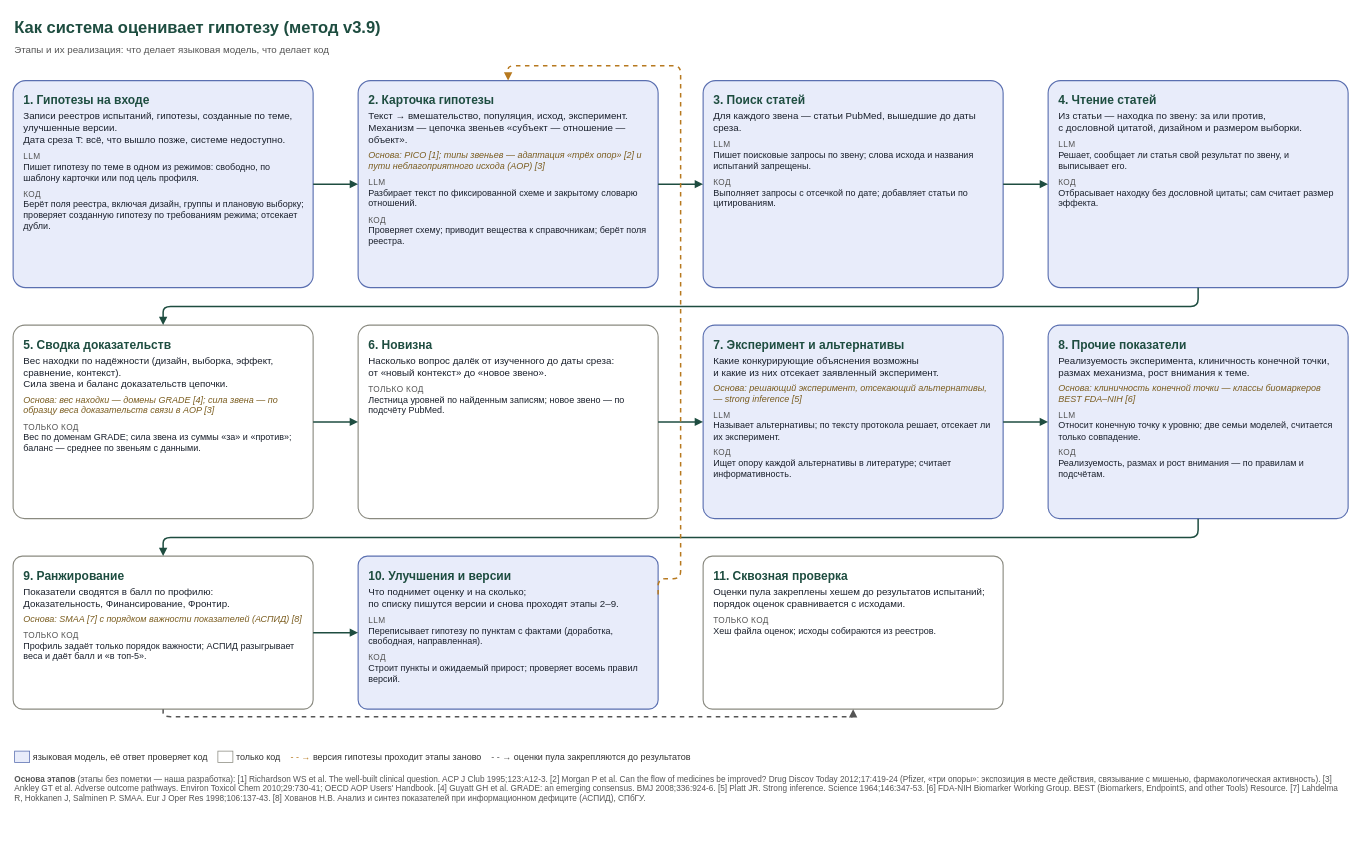
danrd/hyp-arena keeps this draw.io diagram as docs/system/flow_impl.drawio. Above is the earlier version. Source tidied: cells renumbered, new cells numbered last; positions are measured from the earlier drawing's top-left corner, leaving out a move shared by most shapes. Both pictures are drawn from the tidied source at 75%, with x=0, y=0 at pixel (13, 13).
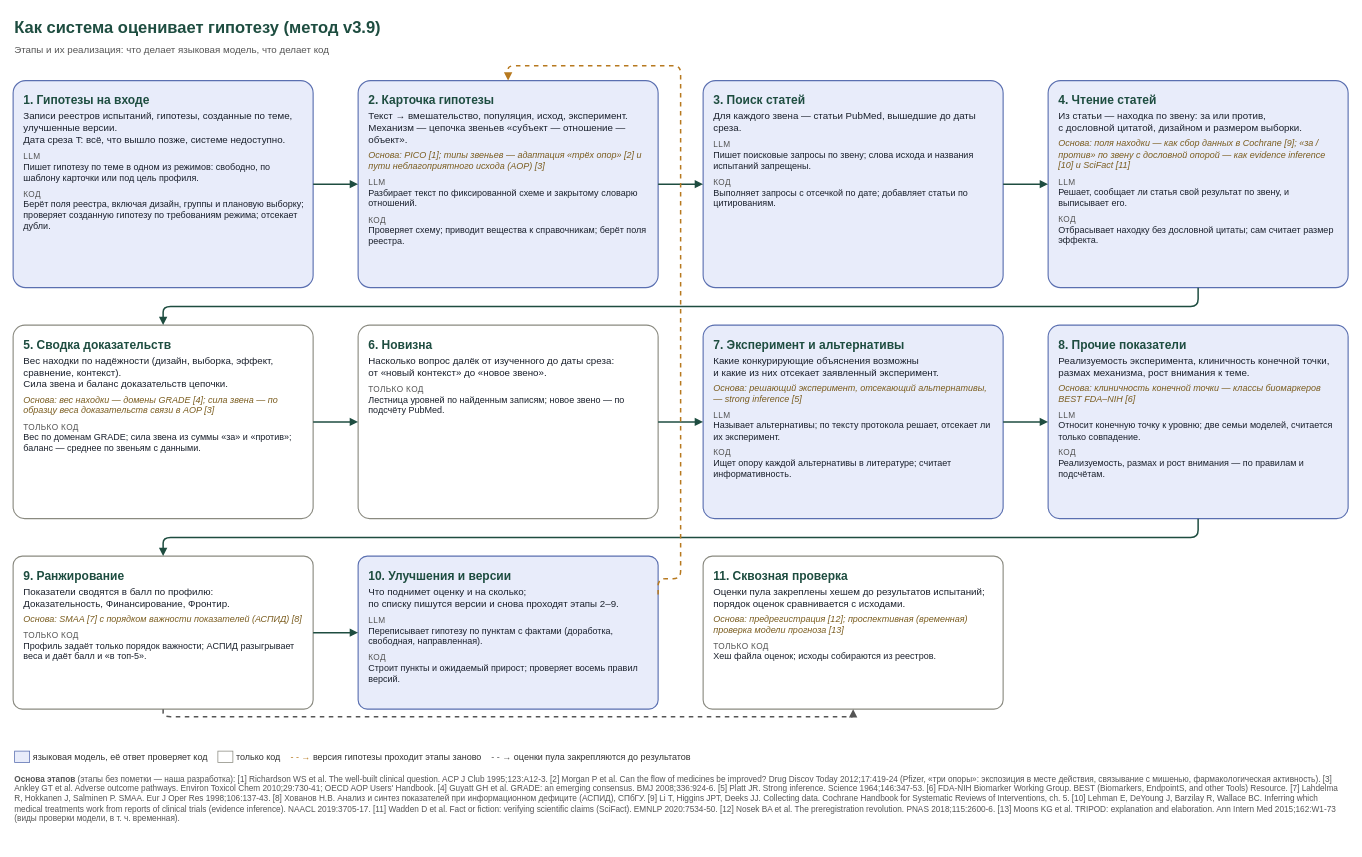
Above is the later version.

Commit message (it also covers changes not shown here):
Flow scheme: basis for reading (Cochrane data collection, evidence inference, SciFact) and the end-to-end check (preregistration, temporal validation per TRIPOD), references checked

Change to the diagram source:
```diff
@@
-    <mxCell id="6" value="&lt;div style='font-size:16px;color:#1E4D40'&gt;&lt;b&gt;4. Чтение статей&lt;/b&gt;&lt;/div&gt;&lt;div style='margin-top:4px'&gt;Из статьи — находка по звену: за или против,&lt;br/&gt;с дословной цитатой, дизайном и размером выборки.&lt;/div&gt;&lt;div style='margin-top:8px;font-size:11px;color:#555;text-transform:uppercase;letter-spacing:0.5px'&gt;LLM&lt;/div&gt;&lt;div style='font-size:12px'&gt;&lt;div&gt;Решает, сообщает ли статья свой результат по звену, и выписывает его.&lt;/div&gt;&lt;/div&gt;&lt;div style='margin-top:8px;font-size:11px;color:#555;text-transform:uppercase;letter-spacing:0.5px'&gt;Код&lt;/div&gt;&lt;div style='font-size:12px'&gt;&lt;div&gt;Отбрасывает находку без дословной цитаты; сам считает размер эффекта.&lt;/div&gt;&lt;/div&gt;" style="rounded=1;arcSize=6;whiteSpace=wrap;html=1;fillColor=#E8ECFA;strokeColor=#5A6FB0;strokeWidth=1.5;fontSize=13;fontColor=#1A202C;align=left;verticalAlign=top;spacingLeft=12;spacingRight=10;spacingTop=10;" parent="1" vertex="1">
+    <mxCell id="6" value="&lt;div style='font-size:16px;color:#1E4D40'&gt;&lt;b&gt;4. Чтение статей&lt;/b&gt;&lt;/div&gt;&lt;div style='margin-top:4px'&gt;Из статьи — находка по звену: за или против,&lt;br/&gt;с дословной цитатой, дизайном и размером выборки.&lt;/div&gt;&lt;div style='margin-top:6px;font-size:12px;color:#7A5C1E'&gt;&lt;i&gt;Основа: поля находки — как сбор данных в Cochrane [9]; «за / против» по звену с дословной опорой — как evidence inference [10] и SciFact [11]&lt;/i&gt;&lt;/div&gt;&lt;div style='margin-top:8px;font-size:11px;color:#555;text-transform:uppercase;letter-spacing:0.5px'&gt;LLM&lt;/div&gt;&lt;div style='font-size:12px'&gt;&lt;div&gt;Решает, сообщает ли статья свой результат по звену, и выписывает его.&lt;/div&gt;&lt;/div&gt;&lt;div style='margin-top:8px;font-size:11px;color:#555;text-transform:uppercase;letter-spacing:0.5px'&gt;Код&lt;/div&gt;&lt;div style='font-size:12px'&gt;&lt;div&gt;Отбрасывает находку без дословной цитаты; сам считает размер эффекта.&lt;/div&gt;&lt;/div&gt;" style="rounded=1;arcSize=6;whiteSpace=wrap;html=1;fillColor=#E8ECFA;strokeColor=#5A6FB0;strokeWidth=1.5;fontSize=13;fontColor=#1A202C;align=left;verticalAlign=top;spacingLeft=12;spacingRight=10;spacingTop=10;" parent="1" vertex="1">
       <mxGeometry x="1380" y="90" width="400" height="276" as="geometry" />
     </mxCell>
@@
-    <mxCell id="13" value="&lt;div style='font-size:16px;color:#1E4D40'&gt;&lt;b&gt;11. Сквозная проверка&lt;/b&gt;&lt;/div&gt;&lt;div style='margin-top:4px'&gt;Оценки пула закреплены хешем до результатов испытаний;&lt;br/&gt;порядок оценок сравнивается с исходами.&lt;/div&gt;&lt;div style='margin-top:8px;font-size:11px;color:#555;text-transform:uppercase;letter-spacing:0.5px'&gt;Только код&lt;/div&gt;&lt;div style='font-size:12px'&gt;&lt;div&gt;Хеш файла оценок; исходы собираются из реестров.&lt;/div&gt;&lt;/div&gt;" style="rounded=1;arcSize=6;whiteSpace=wrap;html=1;fillColor=#FFFFFF;strokeColor=#8A8A80;strokeWidth=1.5;fontSize=13;fontColor=#1A202C;align=left;verticalAlign=top;spacingLeft=12;spacingRight=10;spacingTop=10;" parent="1" vertex="1">
+    <mxCell id="13" value="&lt;div style='font-size:16px;color:#1E4D40'&gt;&lt;b&gt;11. Сквозная проверка&lt;/b&gt;&lt;/div&gt;&lt;div style='margin-top:4px'&gt;Оценки пула закреплены хешем до результатов испытаний;&lt;br/&gt;порядок оценок сравнивается с исходами.&lt;/div&gt;&lt;div style='margin-top:6px;font-size:12px;color:#7A5C1E'&gt;&lt;i&gt;Основа: предрегистрация [12]; проспективная (временная) проверка модели прогноза [13]&lt;/i&gt;&lt;/div&gt;&lt;div style='margin-top:8px;font-size:11px;color:#555;text-transform:uppercase;letter-spacing:0.5px'&gt;Только код&lt;/div&gt;&lt;div style='font-size:12px'&gt;&lt;div&gt;Хеш файла оценок; исходы собираются из реестров.&lt;/div&gt;&lt;/div&gt;" style="rounded=1;arcSize=6;whiteSpace=wrap;html=1;fillColor=#FFFFFF;strokeColor=#8A8A80;strokeWidth=1.5;fontSize=13;fontColor=#1A202C;align=left;verticalAlign=top;spacingLeft=12;spacingRight=10;spacingTop=10;" parent="1" vertex="1">
       <mxGeometry x="920" y="724" width="400" height="204" as="geometry" />
     </mxCell>
@@
-    <mxCell id="26" value="&lt;b&gt;Основа этапов&lt;/b&gt; (этапы без пометки — наша разработка): [1] Richardson WS et al. The well-built clinical question. ACP J Club 1995;123:A12-3. [2] Morgan P et al. Can the flow of medicines be improved? Drug Discov Today 2012;17:419-24 (Pfizer, «три опоры»: экспозиция в месте действия, связывание с мишенью, фармакологическая активность). [3] Ankley GT et al. Adverse outcome pathways. Environ Toxicol Chem 2010;29:730-41; OECD AOP Users' Handbook. [4] Guyatt GH et al. GRADE: an emerging consensus. BMJ 2008;336:924-6. [5] Platt JR. Strong inference. Science 1964;146:347-53. [6] FDA-NIH Biomarker Working Group. BEST (Biomarkers, EndpointS, and other Tools) Resource. [7] Lahdelma R, Hokkanen J, Salminen P. SMAA. Eur J Oper Res 1998;106:137-43. [8] Хованов Н.В. Анализ и синтез показателей при информационном дефиците (АСПИД), СПбГУ." style="text;html=1;whiteSpace=wrap;fontSize=11;align=left;verticalAlign=top;fontColor=#555;fillColor=none;strokeColor=none;" parent="1" vertex="1">
-      <mxGeometry y="1008" width="1780" height="70" as="geometry" />
+    <mxCell id="26" value="&lt;b&gt;Основа этапов&lt;/b&gt; (этапы без пометки — наша разработка): [1] Richardson WS et al. The well-built clinical question. ACP J Club 1995;123:A12-3. [2] Morgan P et al. Can the flow of medicines be improved? Drug Discov Today 2012;17:419-24 (Pfizer, «три опоры»: экспозиция в месте действия, связывание с мишенью, фармакологическая активность). [3] Ankley GT et al. Adverse outcome pathways. Environ Toxicol Chem 2010;29:730-41; OECD AOP Users' Handbook. [4] Guyatt GH et al. GRADE: an emerging consensus. BMJ 2008;336:924-6. [5] Platt JR. Strong inference. Science 1964;146:347-53. [6] FDA-NIH Biomarker Working Group. BEST (Biomarkers, EndpointS, and other Tools) Resource. [7] Lahdelma R, Hokkanen J, Salminen P. SMAA. Eur J Oper Res 1998;106:137-43. [8] Хованов Н.В. Анализ и синтез показателей при информационном дефиците (АСПИД), СПбГУ. [9] Li T, Higgins JPT, Deeks JJ. Collecting data. Cochrane Handbook for Systematic Reviews of Interventions, ch. 5. [10] Lehman E, DeYoung J, Barzilay R, Wallace BC. Inferring which medical treatments work from reports of clinical trials (evidence inference). NAACL 2019:3705-17. [11] Wadden D et al. Fact or fiction: verifying scientific claims (SciFact). EMNLP 2020:7534-50. [12] Nosek BA et al. The preregistration revolution. PNAS 2018;115:2600-6. [13] Moons KG et al. TRIPOD: explanation and elaboration. Ann Intern Med 2015;162:W1-73 (виды проверки модели, в т. ч. временная)." style="text;html=1;whiteSpace=wrap;fontSize=11;align=left;verticalAlign=top;fontColor=#555;fillColor=none;strokeColor=none;" parent="1" vertex="1">
+      <mxGeometry y="1008" width="1780" height="100" as="geometry" />
     </mxCell>
```
